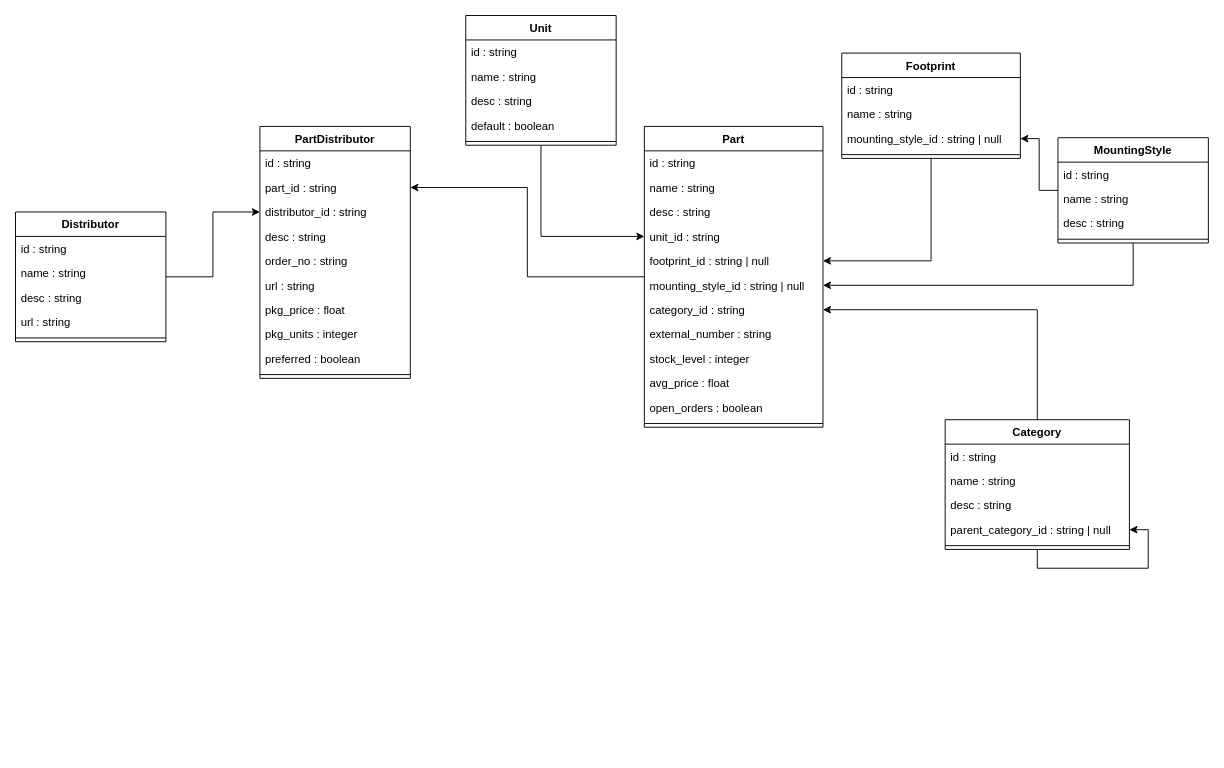
This is docs/elements-api.drawio from nils-ost/Inventory4Parts, a draw.io file, before an edit. Source tidied: cells renumbered, new cells numbered last; positions are measured from the earlier drawing's top-left corner, leaving out a move shared by most shapes. Both pictures are drawn from the tidied source at 94%, with x=0, y=0 at pixel (15, 15).
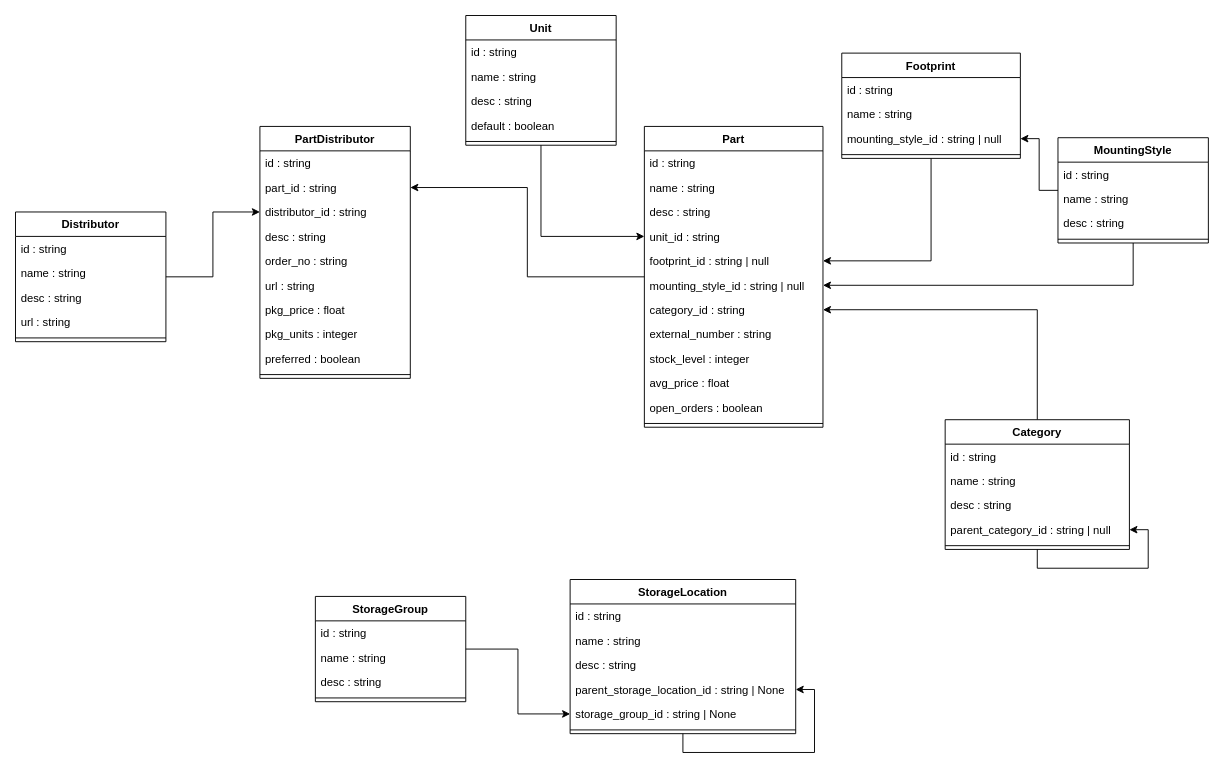
The same diagram, later.

Commit message (it also covers changes not shown here):
added StorageGroup and StorageLocation

Change to the diagram source:
```diff
@@
+    <mxCell id="62" style="edgeStyle=orthogonalEdgeStyle;rounded=0;jettySize=auto;html=1;" parent="1" edge="1" source="63" target="73">
+      <mxGeometry relative="1" as="geometry" />
+    </mxCell>
+    <mxCell id="63" value="StorageGroup" style="swimlane;fontStyle=1;align=center;verticalAlign=top;horizontal=1;startSize=26;" parent="1" vertex="1">
+      <mxGeometry x="319" y="618" width="160" height="112" as="geometry" />
+    </mxCell>
+    <mxCell id="64" value="id : string" style="text;strokeColor=none;fillColor=none;align=left;verticalAlign=top;spacingLeft=4;spacingRight=4;overflow=hidden;" parent="63" vertex="1">
+      <mxGeometry y="26" width="160" height="26" as="geometry" />
+    </mxCell>
+    <mxCell id="65" value="name : string" style="text;strokeColor=none;fillColor=none;align=left;verticalAlign=top;spacingLeft=4;spacingRight=4;overflow=hidden;" parent="63" vertex="1">
+      <mxGeometry y="52" width="160" height="26" as="geometry" />
+    </mxCell>
+    <mxCell id="66" value="desc : string" style="text;strokeColor=none;fillColor=none;align=left;verticalAlign=top;spacingLeft=4;spacingRight=4;overflow=hidden;" parent="63" vertex="1">
+      <mxGeometry y="78" width="160" height="26" as="geometry" />
+    </mxCell>
+    <mxCell id="67" style="line;strokeWidth=1;fillColor=none;align=left;verticalAlign=middle;spacingTop=-1;spacingLeft=3;spacingRight=3;labelPosition=right;" parent="63" vertex="1">
+      <mxGeometry y="104" width="160" height="8" as="geometry" />
+    </mxCell>
+    <mxCell id="68" value="StorageLocation" style="swimlane;fontStyle=1;align=center;verticalAlign=top;horizontal=1;startSize=26;" parent="1" vertex="1">
+      <mxGeometry x="590" y="600" width="240" height="164" as="geometry" />
+    </mxCell>
+    <mxCell id="69" value="id : string" style="text;strokeColor=none;fillColor=none;align=left;verticalAlign=top;spacingLeft=4;spacingRight=4;overflow=hidden;" parent="68" vertex="1">
+      <mxGeometry y="26" width="240" height="26" as="geometry" />
+    </mxCell>
+    <mxCell id="70" value="name : string" style="text;strokeColor=none;fillColor=none;align=left;verticalAlign=top;spacingLeft=4;spacingRight=4;overflow=hidden;" parent="68" vertex="1">
+      <mxGeometry y="52" width="240" height="26" as="geometry" />
+    </mxCell>
+    <mxCell id="71" value="desc : string" style="text;strokeColor=none;fillColor=none;align=left;verticalAlign=top;spacingLeft=4;spacingRight=4;overflow=hidden;" parent="68" vertex="1">
+      <mxGeometry y="78" width="240" height="26" as="geometry" />
+    </mxCell>
+    <mxCell id="72" value="parent_storage_location_id : string | None" style="text;strokeColor=none;fillColor=none;align=left;verticalAlign=top;spacingLeft=4;spacingRight=4;overflow=hidden;points=[[0,0.5],[1,0.5]];portConstraint=eastwest;" parent="68" vertex="1">
+      <mxGeometry y="104" width="240" height="26" as="geometry" />
+    </mxCell>
+    <mxCell id="73" value="storage_group_id : string | None" style="text;strokeColor=none;fillColor=none;align=left;verticalAlign=top;spacingLeft=4;spacingRight=4;overflow=hidden;points=[[0,0.5],[1,0.5]];portConstraint=eastwest;" parent="68" vertex="1">
+      <mxGeometry y="130" width="240" height="26" as="geometry" />
+    </mxCell>
+    <mxCell id="74" style="line;strokeWidth=1;fillColor=none;align=left;verticalAlign=middle;spacingTop=-1;spacingLeft=3;spacingRight=3;labelPosition=right;" parent="68" vertex="1">
+      <mxGeometry y="156" width="240" height="8" as="geometry" />
+    </mxCell>
+    <mxCell id="75" style="edgeStyle=orthogonalEdgeStyle;rounded=0;jettySize=auto;html=1;" parent="68" edge="1" source="68" target="72">
+      <mxGeometry relative="1" as="geometry" />
+    </mxCell>
```
